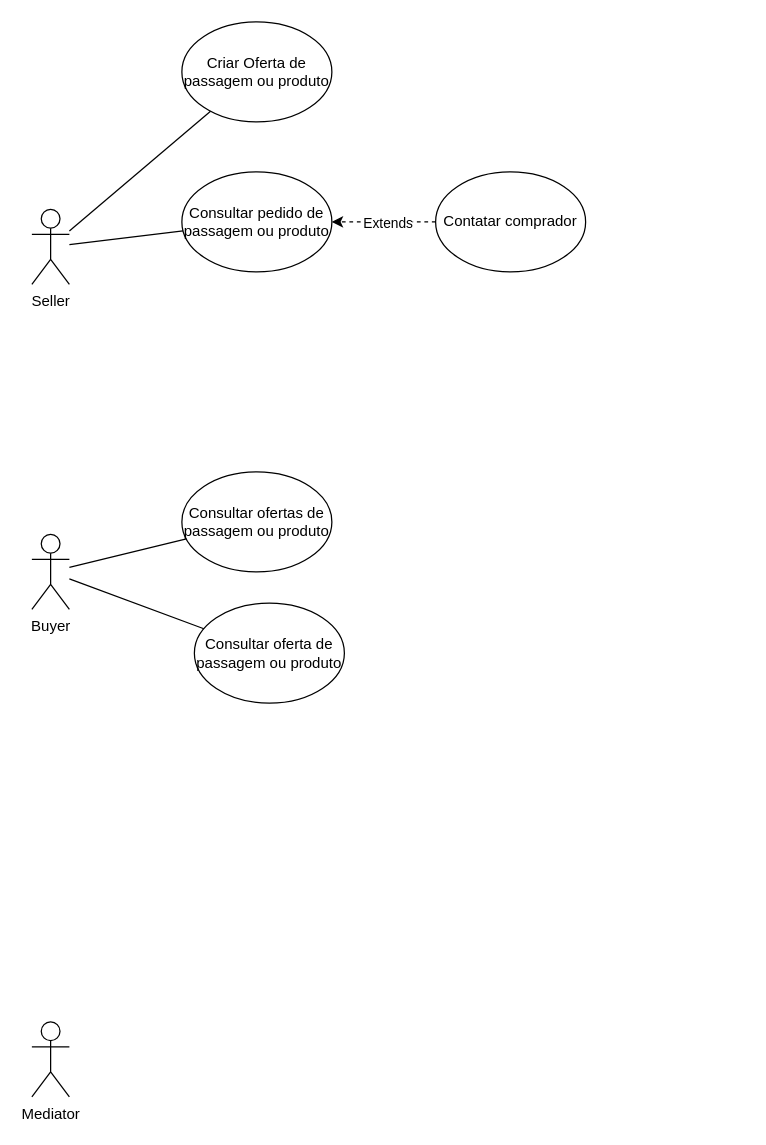
williangrios/diagrams keeps this draw.io diagram as usecase/Criptomilhas.drawio. Above is the earlier version. Source tidied: cells renumbered, new cells numbered last; positions are measured from the earlier drawing's top-left corner, leaving out a move shared by most shapes. Both pictures are drawn from the tidied source at 125%, with x=0, y=0 at pixel (31, 21).
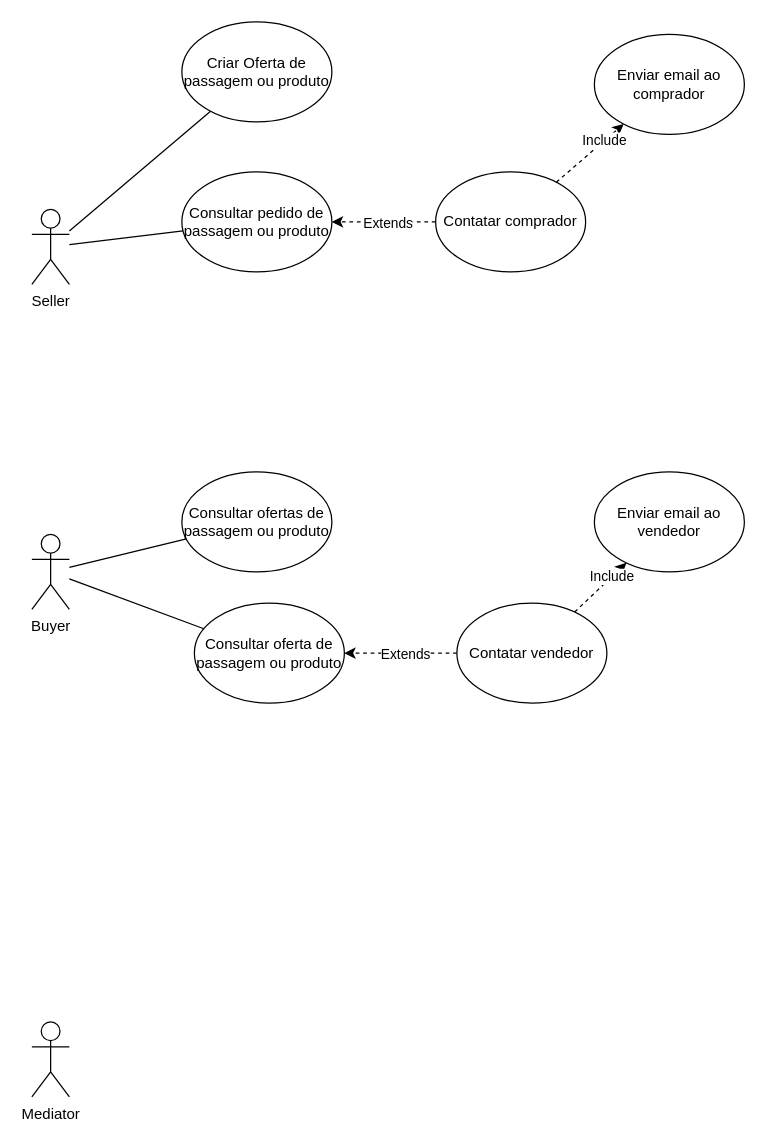
Above is the later version.

Unchanged cells that the change refers to:
```xml
<mxCell id="7" value="Contatar comprador" style="ellipse;whiteSpace=wrap;html=1;" parent="1" vertex="1">
  <mxGeometry x="323" y="120" width="120" height="80" as="geometry" />
</mxCell>
<mxCell id="14" value="Consultar oferta de passagem ou produto" style="ellipse;whiteSpace=wrap;html=1;" parent="1" vertex="1">
  <mxGeometry x="130" y="465" width="120" height="80" as="geometry" />
</mxCell>
```

Diff of the diagram source:
```diff
@@
+    <mxCell id="16" value="Enviar email ao comprador" style="ellipse;whiteSpace=wrap;html=1;" parent="1" vertex="1">
+      <mxGeometry x="450" y="10" width="120" height="80" as="geometry" />
+    </mxCell>
+    <mxCell id="17" value="Enviar email ao vendedor" style="ellipse;whiteSpace=wrap;html=1;" parent="1" vertex="1">
+      <mxGeometry x="450" y="360" width="120" height="80" as="geometry" />
+    </mxCell>
+    <mxCell id="18" style="endArrow=classic;html=1;rounded=0;dashed=1;" parent="1" edge="1" source="7" target="16">
+      <mxGeometry relative="1" as="geometry" />
+    </mxCell>
+    <mxCell id="19" value="&lt;div&gt;Include&lt;/div&gt;" style="edgeLabel;html=1;align=center;verticalAlign=middle;" parent="18" vertex="1">
+      <mxGeometry x="0.44" y="1" relative="1" as="geometry" />
+    </mxCell>
+    <mxCell id="20" value="Contatar vendedor" style="ellipse;whiteSpace=wrap;html=1;" parent="1" vertex="1">
+      <mxGeometry x="340" y="465" width="120" height="80" as="geometry" />
+    </mxCell>
+    <mxCell id="21" style="endArrow=classic;html=1;rounded=0;dashed=1;" parent="1" edge="1" source="20" target="14">
+      <mxGeometry relative="1" as="geometry" />
+    </mxCell>
+    <mxCell id="22" value="Extends" style="edgeLabel;html=1;align=center;verticalAlign=middle;" parent="21" vertex="1">
+      <mxGeometry x="-0.06" relative="1" as="geometry" />
+    </mxCell>
+    <mxCell id="23" style="endArrow=classic;html=1;rounded=0;dashed=1;" parent="1" edge="1" source="20" target="17">
+      <mxGeometry relative="1" as="geometry" />
+    </mxCell>
+    <mxCell id="24" value="&lt;div&gt;Include&lt;/div&gt;" style="edgeLabel;html=1;align=center;verticalAlign=middle;" parent="23" vertex="1">
+      <mxGeometry x="0.44" y="1" relative="1" as="geometry" />
+    </mxCell>
```
